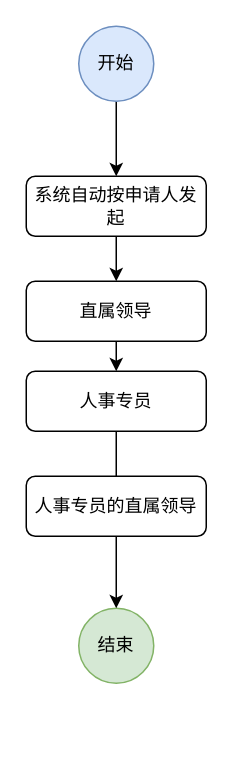
Before: 危害岗位体检提醒单.drawio in pbm0802/GitIDEATest, a draw.io diagram. Source tidied: cells renumbered, new cells numbered last; positions are measured from the earlier drawing's top-left corner, leaving out a move shared by most shapes. Both pictures are drawn from the tidied source at 150%, with x=0, y=0 at pixel (26, 26).
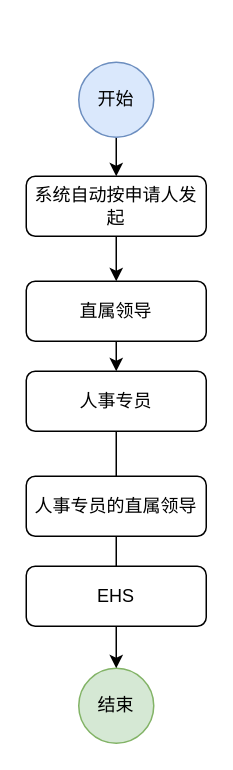
The same diagram, later.

Commit message (it also covers changes not shown here):
更新危害岗位体检提醒单.drawio

The edit, as a diff of the source:
```diff
@@
 <mxGraphModel>
   <root>
     <mxCell id="0" />
     <mxCell id="1" parent="0" />
     <mxCell id="2" style="edgeStyle=orthogonalEdgeStyle;rounded=0;jettySize=auto;html=1;exitX=0.5;exitY=1;exitDx=0;exitDy=0;entryX=0.5;entryY=0;entryDx=0;entryDy=0;" parent="1" edge="1" source="3" target="8">
       <mxGeometry relative="1" as="geometry" />
     </mxCell>
     <mxCell id="3" value="系统自动按申请人发起" style="rounded=1;whiteSpace=wrap;html=1;fontSize=12;glass=0;strokeWidth=1;shadow=0;" parent="1" vertex="1">
       <mxGeometry y="100" width="120" height="40" as="geometry" />
     </mxCell>
     <mxCell id="4" style="edgeStyle=orthogonalEdgeStyle;rounded=0;jettySize=auto;html=1;exitX=0.5;exitY=1;exitDx=0;exitDy=0;entryX=0.5;entryY=0;entryDx=0;entryDy=0;" parent="1" edge="1" source="5" target="3">
       <mxGeometry relative="1" as="geometry" />
     </mxCell>
     <mxCell id="5" value="开始" style="ellipse;whiteSpace=wrap;html=1;fillColor=#dae8fc;strokeColor=#6c8ebf;" parent="1" vertex="1">
-      <mxGeometry x="35" width="50" height="50" as="geometry" />
+      <mxGeometry x="35" y="24" width="50" height="50" as="geometry" />
     </mxCell>
     <mxCell id="6" value="结束" style="ellipse;whiteSpace=wrap;html=1;fillColor=#d5e8d4;strokeColor=#82b366;" parent="1" vertex="1">
-      <mxGeometry x="35" y="388" width="50" height="50" as="geometry" />
+      <mxGeometry x="35" y="428" width="50" height="50" as="geometry" />
     </mxCell>
     <mxCell id="7" style="edgeStyle=orthogonalEdgeStyle;rounded=0;jettySize=auto;html=1;exitX=0.5;exitY=1;exitDx=0;exitDy=0;entryX=0.5;entryY=0;entryDx=0;entryDy=0;" parent="1" edge="1" source="10" target="6">
       <mxGeometry relative="1" as="geometry" />
     </mxCell>
     <mxCell id="8" value="直属领导" style="rounded=1;whiteSpace=wrap;html=1;fontSize=12;glass=0;strokeWidth=1;shadow=0;" parent="1" vertex="1">
       <mxGeometry y="170" width="120" height="40" as="geometry" />
     </mxCell>
     <mxCell id="9" style="edgeStyle=orthogonalEdgeStyle;rounded=0;jettySize=auto;html=1;exitX=0.5;exitY=1;exitDx=0;exitDy=0;entryX=0.5;entryY=0;entryDx=0;entryDy=0;" parent="1" edge="1" source="8" target="10">
       <mxGeometry relative="1" as="geometry" />
     </mxCell>
     <mxCell id="10" value="人事专员" style="rounded=1;whiteSpace=wrap;html=1;fontSize=12;glass=0;strokeWidth=1;shadow=0;" parent="1" vertex="1">
       <mxGeometry y="230" width="120" height="40" as="geometry" />
     </mxCell>
     <mxCell id="11" value="人事专员的直属领导" style="rounded=1;whiteSpace=wrap;html=1;fontSize=12;glass=0;strokeWidth=1;shadow=0;" parent="1" vertex="1">
       <mxGeometry y="300" width="120" height="40" as="geometry" />
     </mxCell>
+    <mxCell id="12" value="EHS" style="rounded=1;whiteSpace=wrap;html=1;fontSize=12;glass=0;strokeWidth=1;shadow=0;" parent="1" vertex="1">
+      <mxGeometry y="360" width="120" height="40" as="geometry" />
+    </mxCell>
   </root>
 </mxGraphModel>
```
